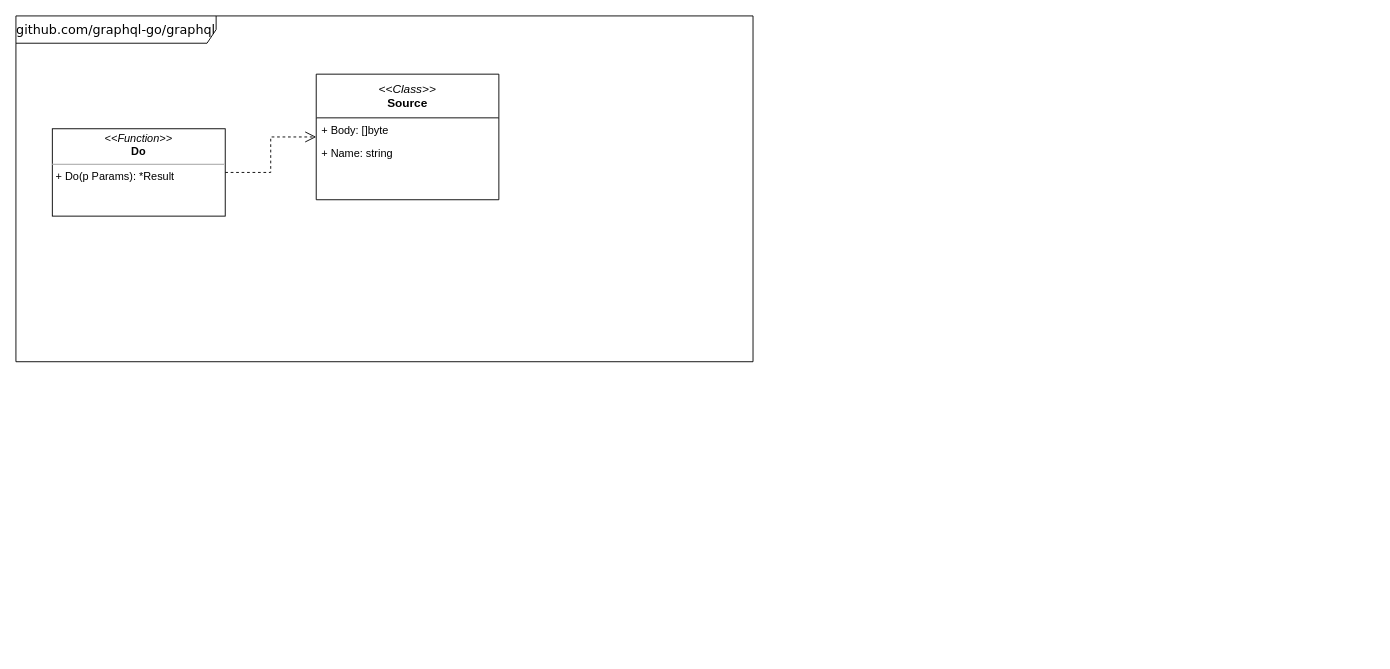
Before: architecture/uml/components/graphql-graphql-go-architecture-components.drawio in chris-ramon/thesis-graphql-go, a draw.io diagram. Source tidied: cells renumbered, new cells numbered last; positions are measured from the earlier drawing's top-left corner, leaving out a move shared by most shapes. Both pictures are drawn from the tidied source at 91%, with x=0, y=0 at pixel (15, 15).
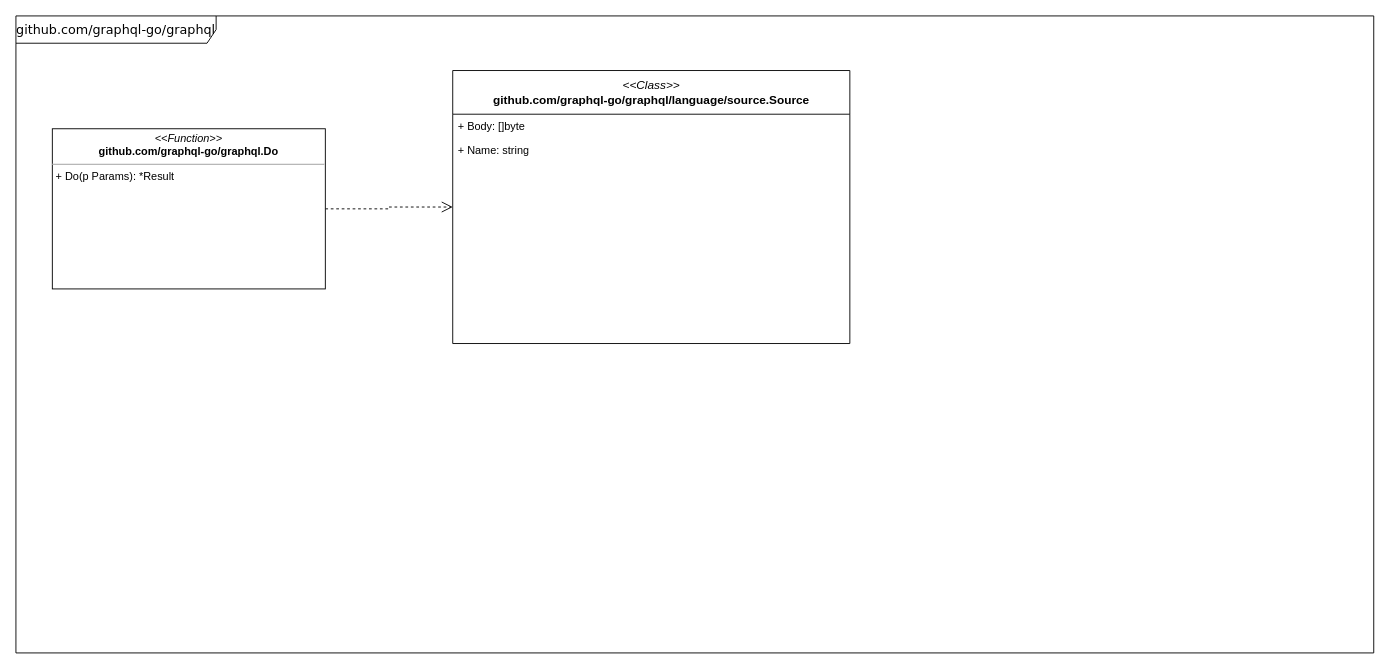
Above is the later version.

Commit message:
architecture/uml/components: wires pkg naming to existing components

Diff of the diagram source:
```diff
@@
 <mxGraphModel>
   <root>
     <mxCell id="0" />
     <mxCell id="1" parent="0" />
     <mxCell id="2" value="&lt;span style=&quot;font-size: 14px; text-align: left; text-wrap: nowrap;&quot;&gt;github.com/graphql-go/graphql&lt;/span&gt;" style="shape=umlFrame;whiteSpace=wrap;html=1;rounded=0;shadow=0;comic=0;labelBackgroundColor=none;strokeWidth=1;fontFamily=Verdana;fontSize=10;align=center;width=220;height=30;" parent="1" vertex="1">
-      <mxGeometry width="810" height="380" as="geometry" />
+      <mxGeometry width="1492.1" height="700" as="geometry" />
     </mxCell>
-    <mxCell id="3" value="&lt;div style=&quot;font-size: 13px;&quot;&gt;&lt;font face=&quot;Helvetica&quot; style=&quot;font-size: 13px;&quot;&gt;&lt;i&gt;&amp;lt;&amp;lt;Class&amp;gt;&amp;gt;&lt;/i&gt;&lt;/font&gt;&lt;/div&gt;&lt;font style=&quot;font-size: 13px;&quot; face=&quot;Helvetica&quot;&gt;&lt;b&gt;Source&lt;/b&gt;&lt;/font&gt;" style="swimlane;html=1;fontStyle=0;horizontal=1;startSize=48;fillColor=none;swimlaneFillColor=#ffffff;rounded=0;shadow=0;comic=0;labelBackgroundColor=none;strokeWidth=1;fontFamily=Verdana;fontSize=10;align=center;" parent="1" vertex="1">
-      <mxGeometry x="330" y="64" width="200.7" height="138" as="geometry" />
+    <mxCell id="3" value="&lt;div style=&quot;font-size: 13px;&quot;&gt;&lt;font face=&quot;Helvetica&quot; style=&quot;font-size: 13px;&quot;&gt;&lt;i&gt;&amp;lt;&amp;lt;Class&amp;gt;&amp;gt;&lt;/i&gt;&lt;/font&gt;&lt;/div&gt;&lt;font face=&quot;Helvetica&quot;&gt;&lt;span style=&quot;font-size: 13px;&quot;&gt;&lt;b&gt;github.com/graphql-go/graphql/language/source.Source&lt;/b&gt;&lt;/span&gt;&lt;/font&gt;" style="swimlane;html=1;fontStyle=0;horizontal=1;startSize=48;fillColor=none;swimlaneFillColor=#ffffff;rounded=0;shadow=0;comic=0;labelBackgroundColor=none;strokeWidth=1;fontFamily=Verdana;fontSize=10;align=center;" parent="1" vertex="1">
+      <mxGeometry x="480" y="60" width="436.4" height="300" as="geometry" />
     </mxCell>
     <mxCell id="4" value="+ Body: []byte" style="text;html=1;strokeColor=none;fillColor=none;align=left;verticalAlign=top;spacingLeft=4;spacingRight=4;whiteSpace=wrap;overflow=hidden;" parent="3" vertex="1">
-      <mxGeometry y="48" width="200.7" height="26" as="geometry" />
+      <mxGeometry y="48" width="436.4" height="26" as="geometry" />
     </mxCell>
     <mxCell id="5" value="+ Name: string" style="text;html=1;strokeColor=none;fillColor=none;align=left;verticalAlign=top;spacingLeft=4;spacingRight=4;whiteSpace=wrap;overflow=hidden;" parent="3" vertex="1">
-      <mxGeometry y="74" width="200.7" height="26" as="geometry" />
+      <mxGeometry y="74" width="436.4" height="26" as="geometry" />
     </mxCell>
     <mxCell id="6" style="edgeStyle=orthogonalEdgeStyle;rounded=0;html=1;labelBackgroundColor=none;startFill=0;endArrow=open;endFill=0;endSize=10;fontFamily=Verdana;fontSize=10;dashed=1;" parent="1" edge="1" source="7" target="3">
       <mxGeometry relative="1" as="geometry" />
     </mxCell>
-    <mxCell id="7" value="&lt;p style=&quot;margin:0px;margin-top:4px;text-align:center;&quot;&gt;&lt;i&gt;&amp;lt;&amp;lt;Function&amp;gt;&amp;gt;&lt;/i&gt;&lt;br&gt;&lt;b&gt;Do&lt;/b&gt;&lt;/p&gt;&lt;hr size=&quot;1&quot;&gt;&lt;p style=&quot;margin:0px;margin-left:4px;&quot;&gt;+ Do(p Params): *Result&amp;nbsp;&lt;br&gt;&lt;/p&gt;&lt;p style=&quot;margin:0px;margin-left:4px;&quot;&gt;&lt;br&gt;&lt;/p&gt;" style="verticalAlign=top;align=left;overflow=fill;fontSize=12;fontFamily=Helvetica;html=1;rounded=0;shadow=0;comic=0;labelBackgroundColor=none;strokeWidth=1;" parent="1" vertex="1">
-      <mxGeometry x="40" y="124" width="190" height="96" as="geometry" />
+    <mxCell id="7" value="&lt;p style=&quot;margin:0px;margin-top:4px;text-align:center;&quot;&gt;&lt;i&gt;&amp;lt;&amp;lt;Function&amp;gt;&amp;gt;&lt;/i&gt;&lt;br&gt;&lt;b&gt;github.com/graphql-go/graphql.Do&lt;/b&gt;&lt;br&gt;&lt;/p&gt;&lt;hr size=&quot;1&quot;&gt;&lt;p style=&quot;margin:0px;margin-left:4px;&quot;&gt;+ Do(p Params): *Result&amp;nbsp;&lt;br&gt;&lt;/p&gt;&lt;p style=&quot;margin:0px;margin-left:4px;&quot;&gt;&lt;br&gt;&lt;/p&gt;" style="verticalAlign=top;align=left;overflow=fill;fontSize=12;fontFamily=Helvetica;html=1;rounded=0;shadow=0;comic=0;labelBackgroundColor=none;strokeWidth=1;" parent="1" vertex="1">
+      <mxGeometry x="40" y="124" width="300" height="176" as="geometry" />
     </mxCell>
   </root>
 </mxGraphModel>
```
